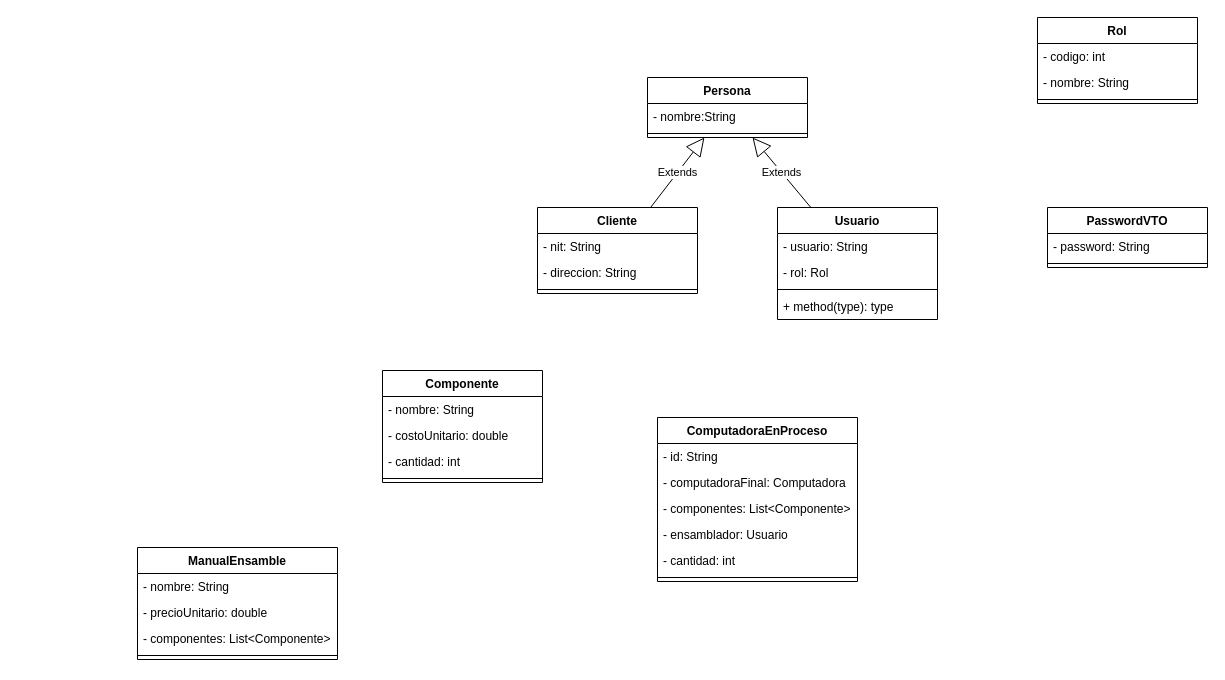
The draw.io diagram page "Clases" (1 of 2) of Documentación/La Computadora Feliz IPC2 1S 2025.drawio in Emahch/Proyecto-1-IPC2-S2-2025, before the edit. Source tidied: cells renumbered, new cells numbered last; positions are measured from the earlier drawing's top-left corner, leaving out a move shared by most shapes. Both pictures are drawn from the tidied source at 100%, with x=0, y=0 at pixel (137, 17).
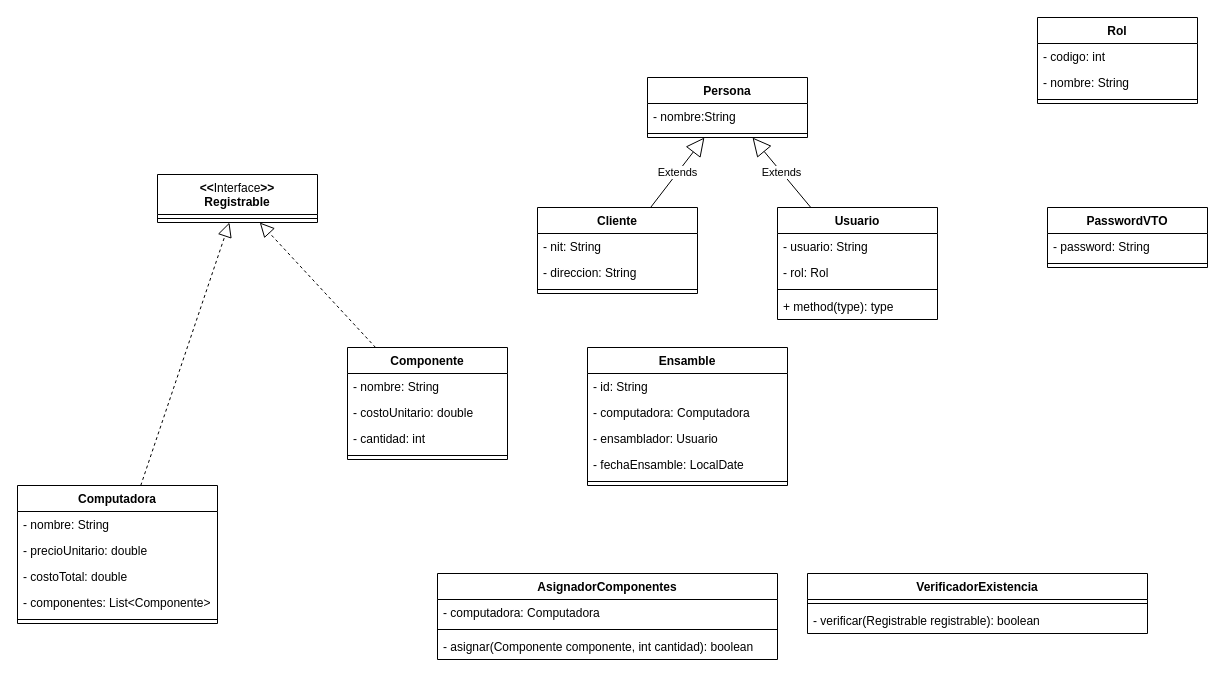
Above is the later version.

The edit, as a diff of the source:
```diff
@@
-    <mxCell id="2" value="ComputadoraEnProceso" style="swimlane;fontStyle=1;align=center;verticalAlign=top;horizontal=1;startSize=26;whiteSpace=wrap;html=1;" parent="1" vertex="1">
-      <mxGeometry x="520" y="400" width="200" height="164" as="geometry" />
+    <mxCell id="2" value="Ensamble" style="swimlane;fontStyle=1;align=center;verticalAlign=top;horizontal=1;startSize=26;whiteSpace=wrap;html=1;" parent="1" vertex="1">
+      <mxGeometry x="450" y="330" width="200" height="138" as="geometry" />
     </mxCell>
@@
-    <mxCell id="4" value="- computadoraFinal: Computadora" style="text;strokeColor=none;fillColor=none;align=left;verticalAlign=top;spacingLeft=4;spacingRight=4;overflow=hidden;whiteSpace=wrap;html=1;" parent="2" vertex="1">
+    <mxCell id="4" value="- computadora: Computadora" style="text;strokeColor=none;fillColor=none;align=left;verticalAlign=top;spacingLeft=4;spacingRight=4;overflow=hidden;whiteSpace=wrap;html=1;" parent="2" vertex="1">
       <mxGeometry y="52" width="200" height="26" as="geometry" />
     </mxCell>
-    <mxCell id="5" value="- componentes: List&amp;lt;Componente&amp;gt;" style="text;strokeColor=none;fillColor=none;align=left;verticalAlign=top;spacingLeft=4;spacingRight=4;overflow=hidden;whiteSpace=wrap;html=1;" parent="2" vertex="1">
-      <mxGeometry y="78" width="200" height="26" as="geometry" />
-    </mxCell>
     <mxCell id="6" value="- ensamblador: Usuario" style="text;strokeColor=none;fillColor=none;align=left;verticalAlign=top;spacingLeft=4;spacingRight=4;overflow=hidden;whiteSpace=wrap;html=1;" parent="2" vertex="1">
-      <mxGeometry y="104" width="200" height="26" as="geometry" />
+      <mxGeometry y="78" width="200" height="26" as="geometry" />
     </mxCell>
-    <mxCell id="7" value="- cantidad: int" style="text;strokeColor=none;fillColor=none;align=left;verticalAlign=top;spacingLeft=4;spacingRight=4;overflow=hidden;whiteSpace=wrap;html=1;" parent="2" vertex="1">
-      <mxGeometry y="130" width="200" height="26" as="geometry" />
-    </mxCell>
+    <mxCell id="40" value="- fechaEnsamble: LocalDate" style="text;strokeColor=none;fillColor=none;align=left;verticalAlign=top;spacingLeft=4;spacingRight=4;overflow=hidden;whiteSpace=wrap;html=1;" parent="2" vertex="1">
+      <mxGeometry y="104" width="200" height="26" as="geometry" />
+    </mxCell>
     <mxCell id="8" style="line;strokeWidth=1;fillColor=none;align=left;verticalAlign=middle;spacingTop=-1;spacingLeft=3;spacingRight=3;labelPosition=right;strokeColor=inherit;" parent="2" vertex="1">
-      <mxGeometry y="156" width="200" height="8" as="geometry" />
+      <mxGeometry y="130" width="200" height="8" as="geometry" />
     </mxCell>
     <mxCell id="9" value="&lt;div&gt;Componente&lt;/div&gt;" style="swimlane;fontStyle=1;align=center;verticalAlign=top;horizontal=1;startSize=26;whiteSpace=wrap;html=1;" parent="1" vertex="1">
-      <mxGeometry x="245" y="353" width="160" height="112" as="geometry" />
+      <mxGeometry x="210" y="330" width="160" height="112" as="geometry" />
     </mxCell>
@@
-    <mxCell id="23" value="ManualEnsamble" style="swimlane;fontStyle=1;align=center;verticalAlign=top;horizontal=1;startSize=26;whiteSpace=wrap;html=1;" parent="1" vertex="1">
-      <mxGeometry y="530" width="200" height="112" as="geometry" />
+    <mxCell id="23" value="Computadora" style="swimlane;fontStyle=1;align=center;verticalAlign=top;horizontal=1;startSize=26;whiteSpace=wrap;html=1;" parent="1" vertex="1">
+      <mxGeometry x="-120" y="468" width="200" height="138" as="geometry" />
     </mxCell>
@@
+    <mxCell id="41" value="- costoTotal: double" style="text;strokeColor=none;fillColor=none;align=left;verticalAlign=top;spacingLeft=4;spacingRight=4;overflow=hidden;whiteSpace=wrap;html=1;" parent="23" vertex="1">
+      <mxGeometry y="78" width="200" height="26" as="geometry" />
+    </mxCell>
     <mxCell id="26" value="- componentes: List&amp;lt;Componente&amp;gt;" style="text;strokeColor=none;fillColor=none;align=left;verticalAlign=top;spacingLeft=4;spacingRight=4;overflow=hidden;whiteSpace=wrap;html=1;" parent="23" vertex="1">
-      <mxGeometry y="78" width="200" height="26" as="geometry" />
+      <mxGeometry y="104" width="200" height="26" as="geometry" />
     </mxCell>
     <mxCell id="27" style="line;strokeWidth=1;fillColor=none;align=left;verticalAlign=middle;spacingTop=-1;spacingLeft=3;spacingRight=3;labelPosition=right;strokeColor=inherit;" parent="23" vertex="1">
-      <mxGeometry y="104" width="200" height="8" as="geometry" />
+      <mxGeometry y="130" width="200" height="8" as="geometry" />
     </mxCell>
@@
+    <mxCell id="42" value="AsignadorComponentes" style="swimlane;fontStyle=1;align=center;verticalAlign=top;horizontal=1;startSize=26;whiteSpace=wrap;html=1;" parent="1" vertex="1">
+      <mxGeometry x="300" y="556" width="340" height="86" as="geometry" />
+    </mxCell>
+    <mxCell id="43" value="- computadora: Computadora" style="text;strokeColor=none;fillColor=none;align=left;verticalAlign=top;spacingLeft=4;spacingRight=4;overflow=hidden;whiteSpace=wrap;html=1;" parent="42" vertex="1">
+      <mxGeometry y="26" width="340" height="26" as="geometry" />
+    </mxCell>
+    <mxCell id="44" style="line;strokeWidth=1;fillColor=none;align=left;verticalAlign=middle;spacingTop=-1;spacingLeft=3;spacingRight=3;labelPosition=right;strokeColor=inherit;" parent="42" vertex="1">
+      <mxGeometry y="52" width="340" height="8" as="geometry" />
+    </mxCell>
+    <mxCell id="45" value="- asignar(Componente componente, int cantidad): boolean" style="text;strokeColor=none;fillColor=none;align=left;verticalAlign=top;spacingLeft=4;spacingRight=4;overflow=hidden;whiteSpace=wrap;html=1;" parent="42" vertex="1">
+      <mxGeometry y="60" width="340" height="26" as="geometry" />
+    </mxCell>
+    <mxCell id="46" value="VerificadorExistencia" style="swimlane;fontStyle=1;align=center;verticalAlign=top;horizontal=1;startSize=26;whiteSpace=wrap;html=1;" parent="1" vertex="1">
+      <mxGeometry x="670" y="556" width="340" height="60" as="geometry" />
+    </mxCell>
+    <mxCell id="47" style="line;strokeWidth=1;fillColor=none;align=left;verticalAlign=middle;spacingTop=-1;spacingLeft=3;spacingRight=3;labelPosition=right;strokeColor=inherit;" parent="46" vertex="1">
+      <mxGeometry y="26" width="340" height="8" as="geometry" />
+    </mxCell>
+    <mxCell id="48" value="- verificar(Registrable registrable): boolean" style="text;strokeColor=none;fillColor=none;align=left;verticalAlign=top;spacingLeft=4;spacingRight=4;overflow=hidden;whiteSpace=wrap;html=1;" parent="46" vertex="1">
+      <mxGeometry y="34" width="340" height="26" as="geometry" />
+    </mxCell>
+    <mxCell id="49" value="&lt;div&gt;&amp;lt;&amp;lt;&lt;span style=&quot;font-weight: normal;&quot;&gt;Interface&lt;/span&gt;&amp;gt;&amp;gt;&lt;/div&gt;&lt;div&gt;Registrable&lt;/div&gt;" style="swimlane;fontStyle=1;align=center;verticalAlign=top;horizontal=1;startSize=40;whiteSpace=wrap;html=1;" parent="1" vertex="1">
+      <mxGeometry x="20" y="157" width="160" height="48" as="geometry" />
+    </mxCell>
+    <mxCell id="50" style="line;strokeWidth=1;fillColor=none;align=left;verticalAlign=middle;spacingTop=-1;spacingLeft=3;spacingRight=3;labelPosition=right;strokeColor=inherit;" parent="49" vertex="1">
+      <mxGeometry y="40" width="160" height="8" as="geometry" />
+    </mxCell>
+    <mxCell id="51" style="endArrow=block;dashed=1;endFill=0;endSize=12;html=1;rounded=0;strokeColor=default;align=center;verticalAlign=middle;fontFamily=Helvetica;fontSize=11;fontColor=default;labelBackgroundColor=default;edgeStyle=none;" parent="1" edge="1" source="23" target="49">
+      <mxGeometry relative="1" as="geometry" />
+    </mxCell>
+    <mxCell id="52" style="endArrow=block;dashed=1;endFill=0;endSize=12;html=1;rounded=0;strokeColor=default;align=center;verticalAlign=middle;fontFamily=Helvetica;fontSize=11;fontColor=default;labelBackgroundColor=default;edgeStyle=none;" parent="1" edge="1" source="9" target="49">
+      <mxGeometry relative="1" as="geometry" />
+    </mxCell>
```
